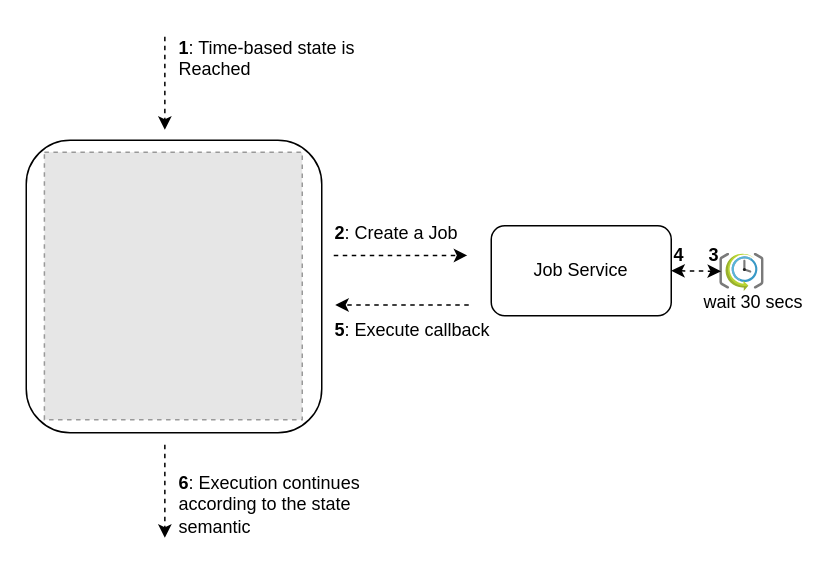
wmedvede/kogito-docs keeps this draw.io diagram as serverlessworkflow/modules/ROOT/assets/images/job-services/Time-Based-States-And-Job-Service-Interaction.drawio. Above is the earlier version. Source tidied: cells renumbered, new cells numbered last; positions are measured from the earlier drawing's top-left corner, leaving out a move shared by most shapes. Both pictures are drawn from the tidied source at 150%, with x=0, y=0 at pixel (26, 27). Pictures stored in the file or linked from it are replaced by grey dashed boxes.
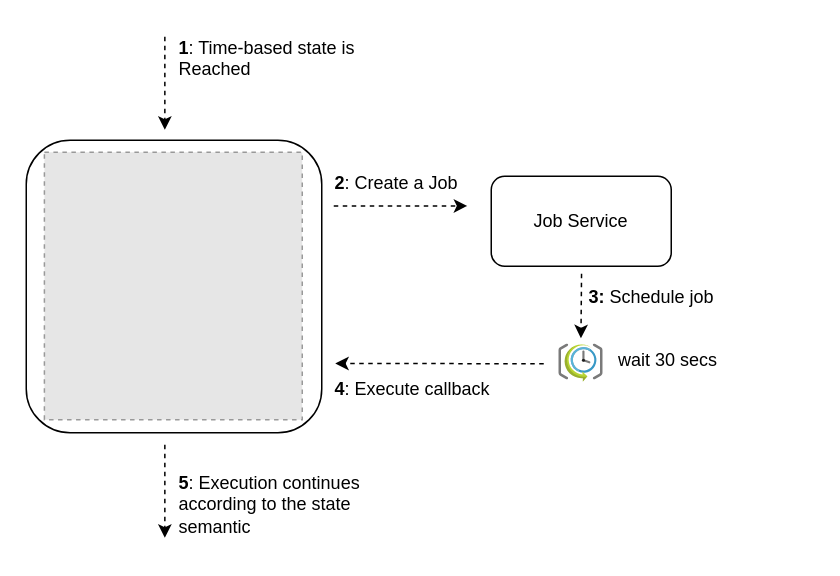
The same page after the edit.

What changed in the source:
```diff
@@
     <mxCell id="2" value="Job Service" style="rounded=1;whiteSpace=wrap;html=1;" parent="1" vertex="1">
-      <mxGeometry x="310" y="132" width="120" height="60" as="geometry" />
+      <mxGeometry x="310" y="99" width="120" height="60" as="geometry" />
     </mxCell>
     <mxCell id="3" style="sketch=0;html=1;points=[];align=center;image;fontSize=12;image=img/lib/mscae/SchedulerJobCollection.svg;" parent="1" vertex="1">
-      <mxGeometry x="462.5" y="150.5" width="29.6" height="25.5" as="geometry" />
+      <mxGeometry x="355.2" y="211" width="29.6" height="25.5" as="geometry" />
     </mxCell>
-    <mxCell id="4" style="endArrow=classic;startArrow=classic;html=1;rounded=0;dashed=1;fontSize=10;entryX=0.023;entryY=0.466;entryDx=0;entryDy=0;entryPerimeter=0;exitX=1;exitY=0.5;exitDx=0;exitDy=0;" parent="1" edge="1" source="2" target="3">
-      <mxGeometry relative="1" as="geometry" />
-    </mxCell>
     <mxCell id="5" value="wait 30 secs" style="text;html=1;strokeColor=none;fillColor=none;align=center;verticalAlign=middle;whiteSpace=wrap;rounded=0;" parent="1" vertex="1">
-      <mxGeometry x="445" y="168" width="80" height="30" as="geometry" />
+      <mxGeometry x="388" y="206.5" width="80" height="30" as="geometry" />
     </mxCell>
-    <mxCell id="6" value="&lt;b&gt;4&amp;nbsp; &amp;nbsp; &amp;nbsp;3&lt;/b&gt;" style="text;html=1;strokeColor=none;fillColor=none;align=center;verticalAlign=middle;whiteSpace=wrap;rounded=0;" parent="1" vertex="1">
-      <mxGeometry x="407" y="137" width="80" height="30" as="geometry" />
+    <mxCell id="6" value="&lt;b&gt;3: &lt;/b&gt;Schedule job" style="text;html=1;strokeColor=none;fillColor=none;align=center;verticalAlign=middle;whiteSpace=wrap;rounded=0;" parent="1" vertex="1">
+      <mxGeometry x="360" y="165" width="114" height="30" as="geometry" />
     </mxCell>
@@
     <mxCell id="9" style="endArrow=classic;html=1;rounded=0;dashed=1;" parent="1" edge="1">
       <mxGeometry relative="1" as="geometry">
-        <mxPoint x="205" y="151.8" as="sourcePoint" />
-        <mxPoint x="294" y="151.8" as="targetPoint" />
+        <mxPoint x="205" y="118.8" as="sourcePoint" />
+        <mxPoint x="294" y="118.8" as="targetPoint" />
       </mxGeometry>
     </mxCell>
     <mxCell id="10" value="&lt;font style=&quot;font-size: 12px;&quot;&gt;&lt;b&gt;2&lt;/b&gt;: Create a Job&lt;/font&gt;" style="text;whiteSpace=wrap;html=1;fontSize=10;" parent="1" vertex="1">
-      <mxGeometry x="204" y="123" width="130" height="23" as="geometry" />
+      <mxGeometry x="204" y="90" width="130" height="23" as="geometry" />
     </mxCell>
@@
     <mxCell id="12" style="endArrow=classic;html=1;rounded=0;dashed=1;" parent="1" edge="1">
       <mxGeometry relative="1" as="geometry">
-        <mxPoint x="295" y="184.8" as="sourcePoint" />
-        <mxPoint x="206" y="184.8" as="targetPoint" />
+        <mxPoint x="345" y="224" as="sourcePoint" />
+        <mxPoint x="206" y="223.8" as="targetPoint" />
       </mxGeometry>
     </mxCell>
-    <mxCell id="13" value="&lt;font style=&quot;font-size: 12px;&quot;&gt;&lt;b&gt;5&lt;/b&gt;: Execute callback&lt;/font&gt;" style="text;whiteSpace=wrap;html=1;fontSize=10;" parent="1" vertex="1">
-      <mxGeometry x="204" y="188" width="130" height="23" as="geometry" />
+    <mxCell id="13" value="&lt;font style=&quot;font-size: 12px;&quot;&gt;&lt;b&gt;4&lt;/b&gt;: Execute callback&lt;/font&gt;" style="text;whiteSpace=wrap;html=1;fontSize=10;" parent="1" vertex="1">
+      <mxGeometry x="204" y="227" width="130" height="23" as="geometry" />
     </mxCell>
-    <mxCell id="14" value="&lt;font style=&quot;font-size: 12px;&quot;&gt;&lt;b&gt;6&lt;/b&gt;: Execution continues according to the state semantic&lt;/font&gt;" style="text;whiteSpace=wrap;html=1;" parent="1" vertex="1">
+    <mxCell id="14" value="&lt;font style=&quot;font-size: 12px;&quot;&gt;&lt;b&gt;5&lt;/b&gt;: Execution continues according to the state semantic&lt;/font&gt;" style="text;whiteSpace=wrap;html=1;" parent="1" vertex="1">
       <mxGeometry x="100" y="290" width="160" height="24" as="geometry" />
     </mxCell>
@@
+    <mxCell id="17" style="endArrow=classic;html=1;rounded=0;dashed=1;" parent="1" edge="1">
+      <mxGeometry relative="1" as="geometry">
+        <mxPoint x="370.2" y="164" as="sourcePoint" />
+        <mxPoint x="369.8" y="207" as="targetPoint" />
+        <Array as="points">
+          <mxPoint x="369.9" y="164" />
+        </Array>
+      </mxGeometry>
+    </mxCell>
```
